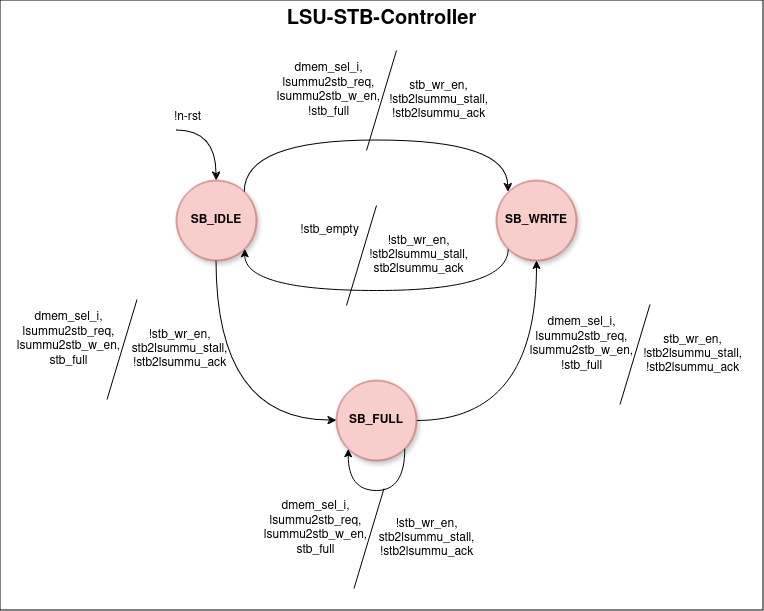
The draw.io diagram docs/stb_lsu_controller.png in Fazail333/Store-Buffer, before a commit. Source tidied: cells renumbered, new cells last; positions are measured from the earlier drawing's top-left corner, leaving out a move shared by most shapes.
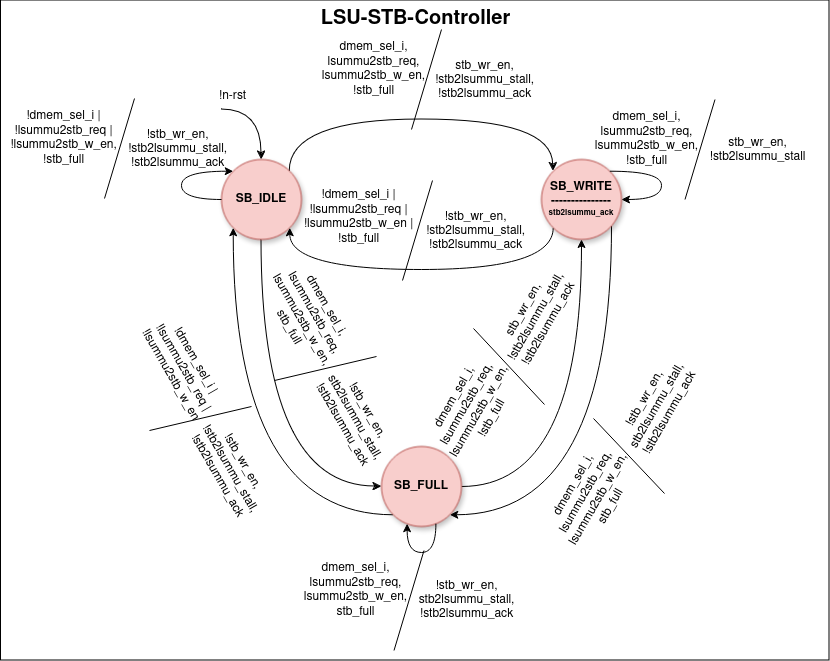
After the commit.

Commit message:
updated docs of datapath (stb_full and stb_empty logic) and controllers

What changed in the source:
```diff
@@ -3,7 +3,7 @@
     <mxCell id="0" />
     <mxCell id="1" parent="0" />
     <mxCell id="2" value="&lt;div&gt;&lt;font style=&quot;font-size: 20px;&quot;&gt;LSU-STB-&lt;/font&gt;&lt;font style=&quot;font-size: 20px;&quot;&gt;Controller&lt;/font&gt;&lt;/div&gt;" style="rounded=0;whiteSpace=wrap;html=1;fontStyle=1;verticalAlign=top;" parent="1" vertex="1">
-      <mxGeometry width="763" height="610" as="geometry" />
+      <mxGeometry x="-44.5" y="21" width="828.5" height="660" as="geometry" />
     </mxCell>
     <mxCell id="3" style="edgeStyle=orthogonalEdgeStyle;rounded=0;jettySize=auto;html=1;exitX=1;exitY=0;exitDx=0;exitDy=0;entryX=0;entryY=0;entryDx=0;entryDy=0;curved=1;" parent="1" edge="1" source="6" target="8">
       <mxGeometry relative="1" as="geometry">
@@ -35,32 +35,35 @@
         </Array>
       </mxGeometry>
     </mxCell>
+    <mxCell id="28" style="edgeStyle=orthogonalEdgeStyle;rounded=0;jettySize=auto;html=1;entryX=1;entryY=1;entryDx=0;entryDy=0;curved=1;" parent="1" edge="1" source="8" target="10">
+      <mxGeometry relative="1" as="geometry">
+        <Array as="points">
+          <mxPoint x="566" y="535" />
+        </Array>
+      </mxGeometry>
+    </mxCell>
-    <mxCell id="8" value="SB_WRITE" style="ellipse;whiteSpace=wrap;html=1;fontStyle=1;fillColor=#f8cecc;strokeColor=#b85450;shadow=1;" parent="1" vertex="1">
+    <mxCell id="8" value="&lt;div&gt;SB_WRITE&lt;/div&gt;&lt;div&gt;---------------&lt;/div&gt;&lt;div style=&quot;font-size: 8px;&quot;&gt;&lt;font style=&quot;font-size: 8px;&quot;&gt;stb2lsummu_ack&lt;br&gt;&lt;/font&gt;&lt;/div&gt;" style="ellipse;whiteSpace=wrap;html=1;fontStyle=1;fillColor=#f8cecc;strokeColor=#b85450;shadow=1;" parent="1" vertex="1">
       <mxGeometry x="496" y="180" width="80" height="80" as="geometry" />
     </mxCell>
     <mxCell id="9" style="edgeStyle=orthogonalEdgeStyle;rounded=0;jettySize=auto;html=1;exitX=1;exitY=0.5;exitDx=0;exitDy=0;entryX=0.5;entryY=1;entryDx=0;entryDy=0;curved=1;" parent="1" edge="1" source="10" target="8">
-      <mxGeometry relative="1" as="geometry" />
+      <mxGeometry relative="1" as="geometry">
+        <Array as="points">
+          <mxPoint x="536" y="507" />
+        </Array>
+      </mxGeometry>
     </mxCell>
+    <mxCell id="29" style="edgeStyle=orthogonalEdgeStyle;rounded=0;jettySize=auto;html=1;exitX=0;exitY=1;exitDx=0;exitDy=0;entryX=0;entryY=1;entryDx=0;entryDy=0;curved=1;" parent="1" edge="1" source="10" target="6">
+      <mxGeometry relative="1" as="geometry" />
+    </mxCell>
     <mxCell id="10" value="SB_FULL" style="ellipse;whiteSpace=wrap;html=1;fontStyle=1;fillColor=#f8cecc;strokeColor=#b85450;shadow=1;" parent="1" vertex="1">
-      <mxGeometry x="336" y="380" width="80" height="80" as="geometry" />
+      <mxGeometry x="336" y="467" width="80" height="80" as="geometry" />
     </mxCell>
-    <mxCell id="11" style="edgeStyle=orthogonalEdgeStyle;rounded=0;orthogonalLoop=1;jettySize=auto;html=1;exitX=1;exitY=1;exitDx=0;exitDy=0;entryX=0;entryY=1;entryDx=0;entryDy=0;curved=1;" parent="1" edge="1" source="10" target="10">
-      <mxGeometry relative="1" as="geometry">
-        <Array as="points">
-          <mxPoint x="404" y="490" />
-          <mxPoint x="348" y="490" />
-        </Array>
-      </mxGeometry>
-    </mxCell>
     <mxCell id="12" value="!n-rst" style="text;html=1;align=center;verticalAlign=middle;strokeColor=none;fillColor=none;" parent="1" vertex="1">
       <mxGeometry x="162" y="102" width="50" height="30" as="geometry" />
     </mxCell>
     <mxCell id="13" value="&lt;div&gt;stb_wr_en,&lt;/div&gt;&lt;div&gt;!stb2lsummu_stall,&lt;/div&gt;&lt;div&gt;!stb2lsummu_ack&lt;br&gt;&lt;/div&gt;" style="text;html=1;align=center;verticalAlign=middle;strokeColor=none;fillColor=none;fontStyle=0;" parent="1" vertex="1">
-      <mxGeometry x="378" y="70" width="120" height="60" as="geometry" />
+      <mxGeometry x="380" y="73" width="117" height="55" as="geometry" />
     </mxCell>
-    <mxCell id="14" value="!stb_empty" style="text;html=1;align=center;verticalAlign=middle;strokeColor=none;fillColor=none;fontStyle=0;" parent="1" vertex="1">
-      <mxGeometry x="289" y="215" width="80" height="30" as="geometry" />
-    </mxCell>
     <mxCell id="15" value="&lt;div&gt;dmem_sel_i, &lt;br&gt;&lt;/div&gt;&lt;div&gt;lsummu2stb_req,&lt;/div&gt;&lt;div&gt;lsummu2stb_w_en,&lt;/div&gt;&lt;div&gt;!stb_full&lt;/div&gt;" style="text;html=1;align=center;verticalAlign=middle;strokeColor=none;fillColor=none;fontStyle=0;" parent="1" vertex="1">
       <mxGeometry x="262.5" y="55" width="130" height="70" as="geometry" />
     </mxCell>
@@ -70,50 +73,131 @@
         <mxPoint x="396" y="50" as="targetPoint" />
       </mxGeometry>
     </mxCell>
-    <mxCell id="17" value="&lt;div&gt;!stb_wr_en,&lt;/div&gt;&lt;div&gt;!stb2lsummu_stall,&lt;/div&gt;&lt;div&gt;stb2lsummu_ack&lt;br&gt;&lt;/div&gt;" style="text;html=1;align=center;verticalAlign=middle;strokeColor=none;fillColor=none;fontStyle=0;" parent="1" vertex="1">
-      <mxGeometry x="358" y="225" width="120" height="60" as="geometry" />
-    </mxCell>
-    <mxCell id="18" style="endArrow=none;html=1;rounded=0;" parent="1" edge="1">
-      <mxGeometry relative="1" as="geometry">
-        <mxPoint x="346" y="305" as="sourcePoint" />
-        <mxPoint x="376" y="205" as="targetPoint" />
-      </mxGeometry>
-    </mxCell>
+    <mxCell id="22" value="&lt;div&gt;!stb_wr_en,&lt;/div&gt;&lt;div&gt;stb2lsummu_stall,&lt;/div&gt;&lt;div&gt;!stb2lsummu_ack&lt;br&gt;&lt;/div&gt;" style="text;html=1;align=center;verticalAlign=middle;strokeColor=none;fillColor=none;fontStyle=0;" parent="1" vertex="1">
+      <mxGeometry x="360.5" y="591" width="120" height="60" as="geometry" />
+    </mxCell>
+    <mxCell id="23" value="&lt;div&gt;dmem_sel_i, &lt;br&gt;&lt;/div&gt;&lt;div&gt;lsummu2stb_req,&lt;/div&gt;&lt;div&gt;lsummu2stb_w_en,&lt;/div&gt;&lt;div&gt;stb_full&lt;/div&gt;" style="text;html=1;align=center;verticalAlign=middle;strokeColor=none;fillColor=none;fontStyle=0;" parent="1" vertex="1">
+      <mxGeometry x="245" y="576" width="130" height="70" as="geometry" />
+    </mxCell>
+    <mxCell id="24" style="endArrow=none;html=1;rounded=0;" parent="1" edge="1">
+      <mxGeometry relative="1" as="geometry">
+        <mxPoint x="348.5" y="671" as="sourcePoint" />
+        <mxPoint x="378.5" y="571" as="targetPoint" />
+      </mxGeometry>
+    </mxCell>
+    <mxCell id="30" style="edgeStyle=orthogonalEdgeStyle;rounded=0;orthogonalLoop=1;jettySize=auto;html=1;exitX=1;exitY=0;exitDx=0;exitDy=0;entryX=1;entryY=0.5;entryDx=0;entryDy=0;curved=1;" parent="1" edge="1" source="8" target="8">
+      <mxGeometry relative="1" as="geometry">
+        <Array as="points">
+          <mxPoint x="616" y="192" />
+          <mxPoint x="616" y="220" />
+        </Array>
+      </mxGeometry>
+    </mxCell>
+    <mxCell id="31" value="&lt;div&gt;stb_wr_en,&lt;/div&gt;&lt;div&gt;!stb2lsummu_stall&lt;/div&gt;" style="text;html=1;align=center;verticalAlign=middle;strokeColor=none;fillColor=none;fontStyle=0;" parent="1" vertex="1">
+      <mxGeometry x="654.5" y="150" width="114" height="41" as="geometry" />
+    </mxCell>
+    <mxCell id="32" value="&lt;div&gt;dmem_sel_i, &lt;br&gt;&lt;/div&gt;&lt;div&gt;lsummu2stb_req,&lt;/div&gt;&lt;div&gt;lsummu2stb_w_en,&lt;/div&gt;&lt;div&gt;!stb_full&lt;/div&gt;" style="text;html=1;align=center;verticalAlign=middle;strokeColor=none;fillColor=none;fontStyle=0;" parent="1" vertex="1">
+      <mxGeometry x="536" y="125" width="130" height="70" as="geometry" />
+    </mxCell>
+    <mxCell id="33" style="endArrow=none;html=1;rounded=0;" parent="1" edge="1">
+      <mxGeometry relative="1" as="geometry">
+        <mxPoint x="639.5" y="220" as="sourcePoint" />
+        <mxPoint x="669.5" y="120" as="targetPoint" />
+      </mxGeometry>
+    </mxCell>
+    <mxCell id="11" style="edgeStyle=orthogonalEdgeStyle;rounded=0;orthogonalLoop=1;jettySize=auto;html=1;exitX=0.68;exitY=0.965;exitDx=0;exitDy=0;entryX=0.32;entryY=0.965;entryDx=0;entryDy=0;entryPerimeter=0;exitPerimeter=0;curved=1;" parent="1" edge="1" source="10" target="10">
+      <mxGeometry relative="1" as="geometry">
+        <Array as="points">
+          <mxPoint x="390" y="573" />
+          <mxPoint x="362" y="573" />
+        </Array>
+      </mxGeometry>
+    </mxCell>
+    <mxCell id="34" style="group;rotation=-60;" parent="1" vertex="1">
+      <mxGeometry x="345" y="338" width="235.5" height="100" as="geometry" />
+    </mxCell>
+    <mxCell id="25" value="&lt;div&gt;stb_wr_en,&lt;/div&gt;&lt;div&gt;!stb2lsummu_stall,&lt;/div&gt;&lt;div&gt;!stb2lsummu_ack&lt;br&gt;&lt;/div&gt;" style="text;html=1;align=center;verticalAlign=middle;strokeColor=none;fillColor=none;fontStyle=0;rotation=-60;" parent="34" vertex="1">
+      <mxGeometry x="86" y="-30" width="120" height="60" as="geometry" />
+    </mxCell>
+    <mxCell id="26" value="&lt;div&gt;dmem_sel_i, &lt;br&gt;&lt;/div&gt;&lt;div&gt;lsummu2stb_req,&lt;/div&gt;&lt;div&gt;lsummu2stb_w_en,&lt;/div&gt;&lt;div&gt;!stb_full&lt;/div&gt;" style="text;html=1;align=center;verticalAlign=middle;strokeColor=none;fillColor=none;fontStyle=0;rotation=-60;" parent="34" vertex="1">
+      <mxGeometry x="18" y="56" width="130" height="70" as="geometry" />
+    </mxCell>
+    <mxCell id="27" style="endArrow=none;html=1;rounded=0;" parent="34" edge="1">
+      <mxGeometry relative="1" as="geometry">
+        <mxPoint x="154" y="87" as="sourcePoint" />
+        <mxPoint x="83" y="11" as="targetPoint" />
+      </mxGeometry>
+    </mxCell>
+    <mxCell id="35" style="group;rotation=60;" parent="1" vertex="1">
+      <mxGeometry x="162" y="338" width="235.5" height="100" as="geometry" />
+    </mxCell>
-    <mxCell id="19" value="&lt;div&gt;!stb_wr_en,&lt;/div&gt;&lt;div&gt;stb2lsummu_stall,&lt;/div&gt;&lt;div&gt;!stb2lsummu_ack&lt;br&gt;&lt;/div&gt;" style="text;html=1;align=center;verticalAlign=middle;strokeColor=none;fillColor=none;fontStyle=0;" parent="1" vertex="1">
-      <mxGeometry x="118.5" y="319" width="120" height="60" as="geometry" />
+    <mxCell id="19" value="&lt;div&gt;!stb_wr_en,&lt;/div&gt;&lt;div&gt;stb2lsummu_stall,&lt;/div&gt;&lt;div&gt;!stb2lsummu_ack&lt;br&gt;&lt;/div&gt;" style="text;html=1;align=center;verticalAlign=middle;strokeColor=none;fillColor=none;fontStyle=0;rotation=60;" parent="35" vertex="1">
+      <mxGeometry x="87" y="70" width="120" height="60" as="geometry" />
     </mxCell>
-    <mxCell id="20" value="&lt;div&gt;dmem_sel_i, &lt;br&gt;&lt;/div&gt;&lt;div&gt;lsummu2stb_req,&lt;/div&gt;&lt;div&gt;lsummu2stb_w_en,&lt;/div&gt;&lt;div&gt;stb_full&lt;/div&gt;" style="text;html=1;align=center;verticalAlign=middle;strokeColor=none;fillColor=none;fontStyle=0;" parent="1" vertex="1">
-      <mxGeometry x="3" y="304" width="130" height="70" as="geometry" />
+    <mxCell id="20" value="&lt;div&gt;dmem_sel_i, &lt;br&gt;&lt;/div&gt;&lt;div&gt;lsummu2stb_req,&lt;/div&gt;&lt;div&gt;lsummu2stb_w_en,&lt;/div&gt;&lt;div&gt;stb_full&lt;/div&gt;" style="text;html=1;align=center;verticalAlign=middle;strokeColor=none;fillColor=none;fontStyle=0;rotation=60;" parent="35" vertex="1">
+      <mxGeometry x="35" y="-36" width="130" height="70" as="geometry" />
     </mxCell>
-    <mxCell id="21" style="endArrow=none;html=1;rounded=0;" parent="1" edge="1">
+    <mxCell id="21" style="endArrow=none;html=1;rounded=0;" parent="35" edge="1">
       <mxGeometry relative="1" as="geometry">
-        <mxPoint x="106.5" y="399" as="sourcePoint" />
-        <mxPoint x="136.5" y="299" as="targetPoint" />
+        <mxPoint x="67" y="63" as="sourcePoint" />
+        <mxPoint x="169" y="39" as="targetPoint" />
       </mxGeometry>
     </mxCell>
-    <mxCell id="22" value="&lt;div&gt;!stb_wr_en,&lt;/div&gt;&lt;div&gt;stb2lsummu_stall,&lt;/div&gt;&lt;div&gt;!stb2lsummu_ack&lt;br&gt;&lt;/div&gt;" style="text;html=1;align=center;verticalAlign=middle;strokeColor=none;fillColor=none;fontStyle=0;" parent="1" vertex="1">
-      <mxGeometry x="365.5" y="508" width="120" height="60" as="geometry" />
-    </mxCell>
-    <mxCell id="23" value="&lt;div&gt;dmem_sel_i, &lt;br&gt;&lt;/div&gt;&lt;div&gt;lsummu2stb_req,&lt;/div&gt;&lt;div&gt;lsummu2stb_w_en,&lt;/div&gt;&lt;div&gt;stb_full&lt;/div&gt;" style="text;html=1;align=center;verticalAlign=middle;strokeColor=none;fillColor=none;fontStyle=0;" parent="1" vertex="1">
-      <mxGeometry x="250" y="493" width="130" height="70" as="geometry" />
-    </mxCell>
-    <mxCell id="24" style="endArrow=none;html=1;rounded=0;" parent="1" edge="1">
-      <mxGeometry relative="1" as="geometry">
-        <mxPoint x="353.5" y="588" as="sourcePoint" />
-        <mxPoint x="383.5" y="488" as="targetPoint" />
-      </mxGeometry>
-    </mxCell>
-    <mxCell id="25" value="&lt;div&gt;stb_wr_en,&lt;/div&gt;&lt;div&gt;!stb2lsummu_stall,&lt;/div&gt;&lt;div&gt;!stb2lsummu_ack&lt;br&gt;&lt;/div&gt;" style="text;html=1;align=center;verticalAlign=middle;strokeColor=none;fillColor=none;fontStyle=0;" parent="1" vertex="1">
-      <mxGeometry x="631.5" y="324" width="120" height="60" as="geometry" />
-    </mxCell>
-    <mxCell id="26" value="&lt;div&gt;dmem_sel_i, &lt;br&gt;&lt;/div&gt;&lt;div&gt;lsummu2stb_req,&lt;/div&gt;&lt;div&gt;lsummu2stb_w_en,&lt;/div&gt;&lt;div&gt;!stb_full&lt;/div&gt;" style="text;html=1;align=center;verticalAlign=middle;strokeColor=none;fillColor=none;fontStyle=0;" parent="1" vertex="1">
-      <mxGeometry x="516" y="309" width="130" height="70" as="geometry" />
-    </mxCell>
-    <mxCell id="27" style="endArrow=none;html=1;rounded=0;" parent="1" edge="1">
-      <mxGeometry relative="1" as="geometry">
-        <mxPoint x="619.5" y="404" as="sourcePoint" />
-        <mxPoint x="649.5" y="304" as="targetPoint" />
-      </mxGeometry>
-    </mxCell>
+    <mxCell id="36" value="&lt;div&gt;!stb_wr_en,&lt;/div&gt;&lt;div&gt;stb2lsummu_stall,&lt;/div&gt;&lt;div&gt;!stb2lsummu_ack&lt;br&gt;&lt;/div&gt;" style="text;html=1;align=center;verticalAlign=middle;strokeColor=none;fillColor=none;fontStyle=0;rotation=-60;" parent="1" vertex="1">
+      <mxGeometry x="552" y="397" width="120" height="60" as="geometry" />
+    </mxCell>
+    <mxCell id="37" value="&lt;div&gt;dmem_sel_i, &lt;br&gt;&lt;/div&gt;&lt;div&gt;lsummu2stb_req,&lt;/div&gt;&lt;div&gt;lsummu2stb_w_en,&lt;/div&gt;&lt;div&gt;stb_full&lt;/div&gt;" style="text;html=1;align=center;verticalAlign=middle;strokeColor=none;fillColor=none;fontStyle=0;rotation=-60;" parent="1" vertex="1">
+      <mxGeometry x="482" y="482" width="130" height="70" as="geometry" />
+    </mxCell>
+    <mxCell id="38" style="endArrow=none;html=1;rounded=0;" parent="1" edge="1">
+      <mxGeometry relative="1" as="geometry">
+        <mxPoint x="619" y="514" as="sourcePoint" />
+        <mxPoint x="548" y="439" as="targetPoint" />
+      </mxGeometry>
+    </mxCell>
+    <mxCell id="39" value="&lt;div&gt;!stb_wr_en,&lt;/div&gt;&lt;div&gt;!stb2lsummu_stall,&lt;/div&gt;&lt;div&gt;!stb2lsummu_ack&lt;br&gt;&lt;/div&gt;" style="text;html=1;align=center;verticalAlign=middle;strokeColor=none;fillColor=none;fontStyle=0;rotation=60;" parent="1" vertex="1">
+      <mxGeometry x="126" y="461" width="117" height="55" as="geometry" />
+    </mxCell>
+    <mxCell id="40" value="&lt;div&gt;!dmem_sel_i |&lt;br&gt;&lt;/div&gt;&lt;div&gt;!lsummu2stb_req |&lt;br&gt;&lt;/div&gt;&lt;div&gt;!lsummu2stb_w_en&lt;/div&gt;" style="text;html=1;align=center;verticalAlign=middle;strokeColor=none;fillColor=none;fontStyle=0;rotation=60;" parent="1" vertex="1">
+      <mxGeometry x="77" y="360" width="121" height="55" as="geometry" />
+    </mxCell>
+    <mxCell id="41" style="endArrow=none;html=1;rounded=0;" parent="1" edge="1">
+      <mxGeometry relative="1" as="geometry">
+        <mxPoint x="104" y="451" as="sourcePoint" />
+        <mxPoint x="206" y="427" as="targetPoint" />
+      </mxGeometry>
+    </mxCell>
+    <mxCell id="42" style="edgeStyle=orthogonalEdgeStyle;rounded=0;orthogonalLoop=1;jettySize=auto;html=1;exitX=0;exitY=0.5;exitDx=0;exitDy=0;entryX=0;entryY=0;entryDx=0;entryDy=0;curved=1;" parent="1" edge="1" source="6" target="6">
+      <mxGeometry relative="1" as="geometry">
+        <Array as="points">
+          <mxPoint x="136" y="220" />
+          <mxPoint x="136" y="192" />
+        </Array>
+      </mxGeometry>
+    </mxCell>
+    <mxCell id="43" value="&lt;div&gt;!stb_wr_en,&lt;/div&gt;&lt;div&gt;!stb2lsummu_stall,&lt;/div&gt;&lt;div&gt;!stb2lsummu_ack&lt;br&gt;&lt;/div&gt;" style="text;html=1;align=center;verticalAlign=middle;strokeColor=none;fillColor=none;fontStyle=0;" parent="1" vertex="1">
+      <mxGeometry x="73" y="142" width="117" height="55" as="geometry" />
+    </mxCell>
+    <mxCell id="44" value="&lt;div&gt;!dmem_sel_i |&lt;br&gt;&lt;/div&gt;&lt;div&gt;!lsummu2stb_req |&lt;br&gt;&lt;/div&gt;&lt;div&gt;!lsummu2stb_w_en,&lt;br&gt;&lt;/div&gt;&lt;div&gt;!stb_full&lt;/div&gt;" style="text;html=1;align=center;verticalAlign=middle;strokeColor=none;fillColor=none;fontStyle=0;" parent="1" vertex="1">
+      <mxGeometry x="-44.5" y="124" width="125" height="70" as="geometry" />
+    </mxCell>
+    <mxCell id="45" style="endArrow=none;html=1;rounded=0;" parent="1" edge="1">
+      <mxGeometry relative="1" as="geometry">
+        <mxPoint x="59" y="219" as="sourcePoint" />
+        <mxPoint x="89" y="119" as="targetPoint" />
+      </mxGeometry>
+    </mxCell>
+    <mxCell id="17" value="&lt;div&gt;!stb_wr_en,&lt;/div&gt;&lt;div&gt;!stb2lsummu_stall,&lt;/div&gt;&lt;div&gt;!stb2lsummu_ack&lt;br&gt;&lt;/div&gt;" style="text;html=1;align=center;verticalAlign=middle;strokeColor=none;fillColor=none;fontStyle=0;" parent="1" vertex="1">
+      <mxGeometry x="371" y="224" width="117" height="55" as="geometry" />
+    </mxCell>
+    <mxCell id="18" style="endArrow=none;html=1;rounded=0;" parent="1" edge="1">
+      <mxGeometry relative="1" as="geometry">
+        <mxPoint x="357" y="301" as="sourcePoint" />
+        <mxPoint x="387" y="201" as="targetPoint" />
+      </mxGeometry>
+    </mxCell>
+    <mxCell id="46" value="&lt;div&gt;!dmem_sel_i | &lt;br&gt;&lt;/div&gt;&lt;div&gt;!lsummu2stb_req |&lt;br&gt;&lt;/div&gt;&lt;div&gt;!lsummu2stb_w_en |&lt;br&gt;&lt;/div&gt;&lt;div&gt;!stb_full&lt;/div&gt;" style="text;html=1;align=center;verticalAlign=middle;strokeColor=none;fillColor=none;fontStyle=0;" parent="1" vertex="1">
+      <mxGeometry x="249" y="203" width="128" height="70" as="geometry" />
+    </mxCell>
   </root>
 </mxGraphModel>
```
